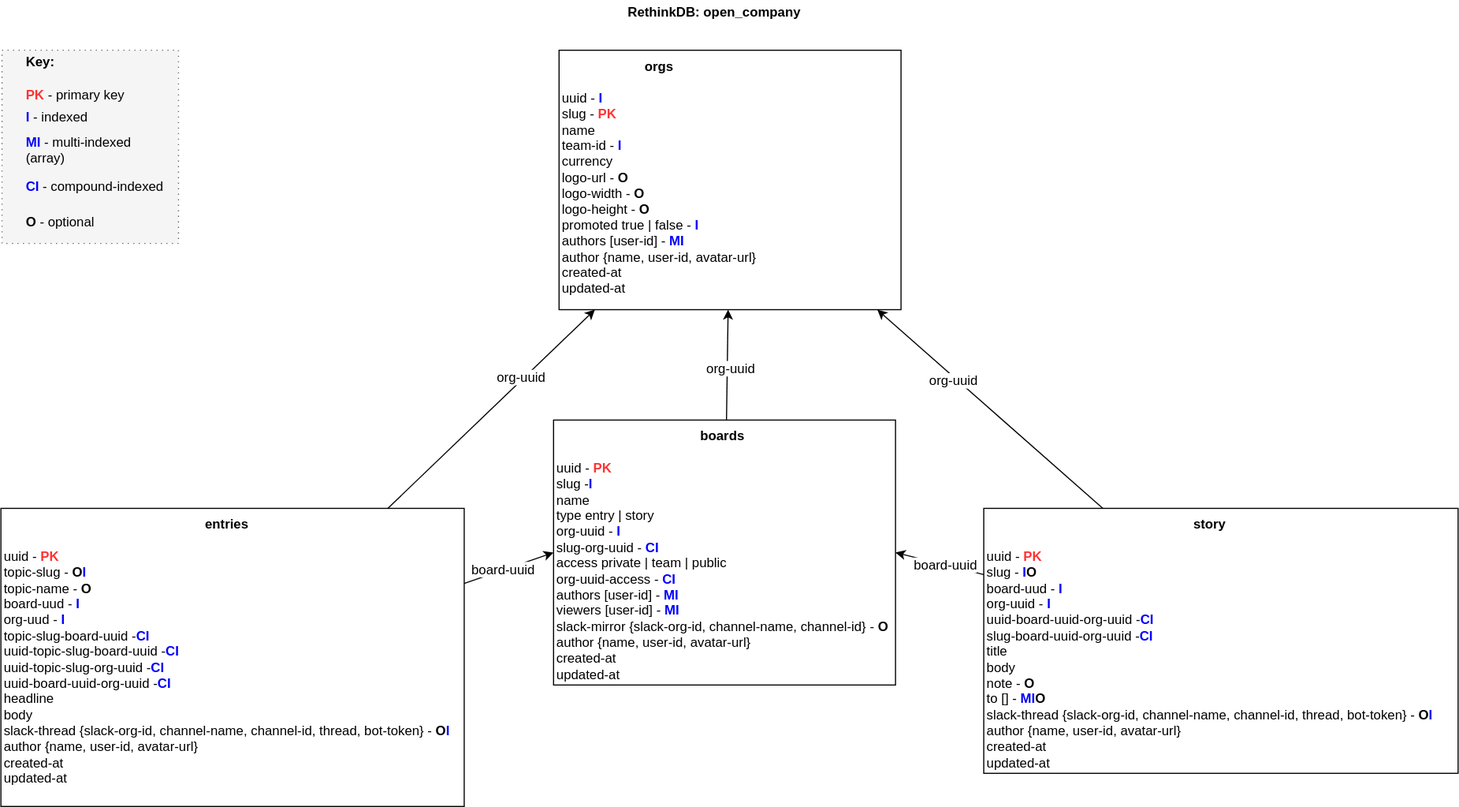
The draw.io diagram docs/Storage-Schema.svg in open-company/open-company-storage, before a commit. Source tidied: cells renumbered, new cells last; positions are measured from the earlier drawing's top-left corner, leaving out a move shared by most shapes.
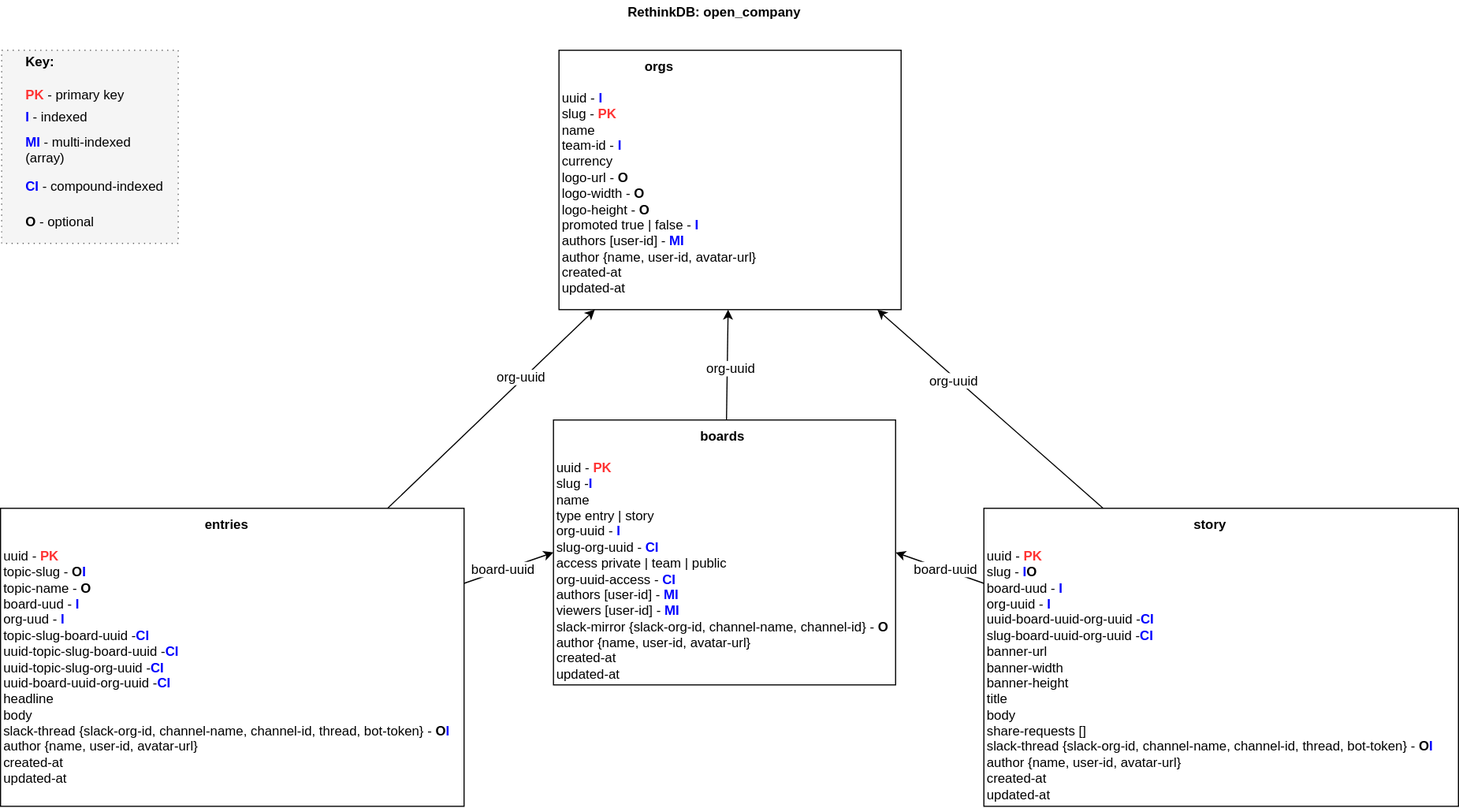
The same diagram one commit later.

Commit message:
WIP: story schema / import

Diff of the diagram source:
```diff
@@ -17,8 +17,8 @@
     <mxCell id="6" value="org-uuid" style="text;html=1;align=center;verticalAlign=middle;labelBackgroundColor=#ffffff;fontSize=12;fontColor=#000000;" parent="5" vertex="1">
       <mxGeometry x="-0.04" y="-3" relative="1" as="geometry" />
     </mxCell>
-    <mxCell id="7" value="&lt;div style=&quot;text-align: center&quot;&gt;&lt;div&gt;&lt;font color=&quot;#000000&quot;&gt;&lt;b&gt;story&lt;/b&gt;&lt;/font&gt;&lt;/div&gt;&lt;div&gt;&lt;font color=&quot;#000000&quot;&gt;&lt;br&gt;&lt;/font&gt;&lt;/div&gt;&lt;div style=&quot;text-align: left&quot;&gt;&lt;font color=&quot;#000000&quot;&gt;uuid -&amp;nbsp;&lt;/font&gt;&lt;font color=&quot;#ff3333&quot;&gt;&lt;b&gt;PK&lt;/b&gt;&lt;/font&gt;&lt;br&gt;&lt;/div&gt;&lt;div style=&quot;text-align: left&quot;&gt;slug -&amp;nbsp;&lt;b&gt;&lt;font color=&quot;#0000ff&quot;&gt;I&lt;/font&gt;O&lt;/b&gt;&lt;/div&gt;&lt;div style=&quot;text-align: left&quot;&gt;&lt;span&gt;board-uud -&amp;nbsp;&lt;/span&gt;&lt;b&gt;&lt;font color=&quot;#0000ff&quot;&gt;I&lt;/font&gt;&lt;/b&gt;&lt;br&gt;&lt;/div&gt;&lt;div style=&quot;text-align: left&quot;&gt;&lt;span&gt;org-uuid&lt;/span&gt;&lt;font color=&quot;#000000&quot;&gt;&amp;nbsp;-&amp;nbsp;&lt;/font&gt;&lt;font color=&quot;#0000ff&quot;&gt;&lt;b&gt;I&lt;/b&gt;&lt;/font&gt;&lt;br&gt;&lt;/div&gt;&lt;div style=&quot;text-align: left&quot;&gt;uuid-board-uuid-org-uuid -&lt;font color=&quot;#0000ff&quot;&gt;&lt;b&gt;CI&lt;/b&gt;&lt;/font&gt;&lt;span&gt;&lt;br&gt;&lt;/span&gt;&lt;/div&gt;&lt;div style=&quot;text-align: left&quot;&gt;slug-board-uuid-org-uuid -&lt;font color=&quot;#0000ff&quot;&gt;&lt;b&gt;CI&lt;/b&gt;&lt;/font&gt;&lt;font color=&quot;#0000ff&quot;&gt;&lt;b&gt;&lt;br&gt;&lt;/b&gt;&lt;/font&gt;&lt;/div&gt;&lt;div style=&quot;text-align: left&quot;&gt;&lt;span&gt;title&lt;/span&gt;&lt;br&gt;&lt;/div&gt;&lt;div style=&quot;text-align: left&quot;&gt;body&lt;/div&gt;&lt;div style=&quot;text-align: left&quot;&gt;note&amp;nbsp;&lt;font color=&quot;#000000&quot;&gt;-&amp;nbsp;&lt;/font&gt;&lt;b&gt;O&lt;/b&gt;&lt;/div&gt;&lt;div style=&quot;text-align: left&quot;&gt;&lt;span&gt;to []&amp;nbsp;&lt;/span&gt;&lt;font color=&quot;#000000&quot;&gt;-&amp;nbsp;&lt;/font&gt;&lt;b&gt;&lt;font color=&quot;#0000ff&quot;&gt;MI&lt;/font&gt;O&lt;/b&gt;&lt;br&gt;&lt;/div&gt;&lt;div style=&quot;text-align: left&quot;&gt;&lt;div&gt;slack-thread {slack-org-id, channel-name, channel-id, thread, bot-token} - &lt;b&gt;O&lt;font color=&quot;#0000ff&quot;&gt;I&lt;/font&gt;&lt;/b&gt;&lt;/div&gt;&lt;/div&gt;&lt;div style=&quot;text-align: left&quot;&gt;&lt;span&gt;author {name, user-id, avatar-url}&lt;/span&gt;&lt;br&gt;&lt;/div&gt;&lt;div style=&quot;text-align: left&quot;&gt;&lt;span&gt;created-at&lt;/span&gt;&lt;br&gt;&lt;/div&gt;&lt;div style=&quot;text-align: left&quot;&gt;&lt;font color=&quot;#000000&quot;&gt;updated-at&lt;/font&gt;&lt;/div&gt;&lt;/div&gt;" style="whiteSpace=wrap;html=1;fontSize=12;fontColor=#000000;align=left;verticalAlign=top;" parent="1" vertex="1">
-      <mxGeometry x="891" y="460" width="430" height="240" as="geometry" />
+    <mxCell id="7" value="&lt;div style=&quot;text-align: center&quot;&gt;&lt;div&gt;&lt;font color=&quot;#000000&quot;&gt;&lt;b&gt;story&lt;/b&gt;&lt;/font&gt;&lt;/div&gt;&lt;div&gt;&lt;font color=&quot;#000000&quot;&gt;&lt;br&gt;&lt;/font&gt;&lt;/div&gt;&lt;div style=&quot;text-align: left&quot;&gt;&lt;font color=&quot;#000000&quot;&gt;uuid -&amp;nbsp;&lt;/font&gt;&lt;font color=&quot;#ff3333&quot;&gt;&lt;b&gt;PK&lt;/b&gt;&lt;/font&gt;&lt;br&gt;&lt;/div&gt;&lt;div style=&quot;text-align: left&quot;&gt;slug -&amp;nbsp;&lt;b&gt;&lt;font color=&quot;#0000ff&quot;&gt;I&lt;/font&gt;O&lt;/b&gt;&lt;/div&gt;&lt;div style=&quot;text-align: left&quot;&gt;&lt;span&gt;board-uud -&amp;nbsp;&lt;/span&gt;&lt;b&gt;&lt;font color=&quot;#0000ff&quot;&gt;I&lt;/font&gt;&lt;/b&gt;&lt;br&gt;&lt;/div&gt;&lt;div style=&quot;text-align: left&quot;&gt;&lt;span&gt;org-uuid&lt;/span&gt;&lt;font color=&quot;#000000&quot;&gt;&amp;nbsp;-&amp;nbsp;&lt;/font&gt;&lt;font color=&quot;#0000ff&quot;&gt;&lt;b&gt;I&lt;/b&gt;&lt;/font&gt;&lt;br&gt;&lt;/div&gt;&lt;div style=&quot;text-align: left&quot;&gt;uuid-board-uuid-org-uuid -&lt;font color=&quot;#0000ff&quot;&gt;&lt;b&gt;CI&lt;/b&gt;&lt;/font&gt;&lt;span&gt;&lt;br&gt;&lt;/span&gt;&lt;/div&gt;&lt;div style=&quot;text-align: left&quot;&gt;slug-board-uuid-org-uuid -&lt;font color=&quot;#0000ff&quot;&gt;&lt;b&gt;CI&lt;/b&gt;&lt;/font&gt;&lt;font color=&quot;#0000ff&quot;&gt;&lt;b&gt;&lt;br&gt;&lt;/b&gt;&lt;/font&gt;&lt;/div&gt;&lt;div style=&quot;text-align: left&quot;&gt;&lt;div&gt;banner-url&lt;br&gt;&lt;/div&gt;&lt;div&gt;banner-width&lt;/div&gt;&lt;div&gt;banner-height&lt;/div&gt;&lt;/div&gt;&lt;div style=&quot;text-align: left&quot;&gt;&lt;span&gt;title&lt;/span&gt;&lt;br&gt;&lt;/div&gt;&lt;div style=&quot;text-align: left&quot;&gt;body&lt;/div&gt;&lt;div style=&quot;text-align: left&quot;&gt;share-requests []&lt;/div&gt;&lt;div style=&quot;text-align: left&quot;&gt;&lt;div&gt;slack-thread {slack-org-id, channel-name, channel-id, thread, bot-token} - &lt;b&gt;O&lt;font color=&quot;#0000ff&quot;&gt;I&lt;/font&gt;&lt;/b&gt;&lt;/div&gt;&lt;/div&gt;&lt;div style=&quot;text-align: left&quot;&gt;&lt;span&gt;author {name, user-id, avatar-url}&lt;/span&gt;&lt;br&gt;&lt;/div&gt;&lt;div style=&quot;text-align: left&quot;&gt;&lt;span&gt;created-at&lt;/span&gt;&lt;br&gt;&lt;/div&gt;&lt;div style=&quot;text-align: left&quot;&gt;&lt;font color=&quot;#000000&quot;&gt;updated-at&lt;/font&gt;&lt;/div&gt;&lt;/div&gt;" style="whiteSpace=wrap;html=1;fontSize=12;fontColor=#000000;align=left;verticalAlign=top;" parent="1" vertex="1">
+      <mxGeometry x="891" y="460" width="430" height="270" as="geometry" />
     </mxCell>
     <mxCell id="8" value="&lt;b&gt;Key:&lt;/b&gt;" style="text;html=1;strokeColor=none;fillColor=none;align=left;verticalAlign=middle;whiteSpace=wrap;" parent="1" vertex="1">
       <mxGeometry x="21" y="45" width="40" height="20" as="geometry" />
```
